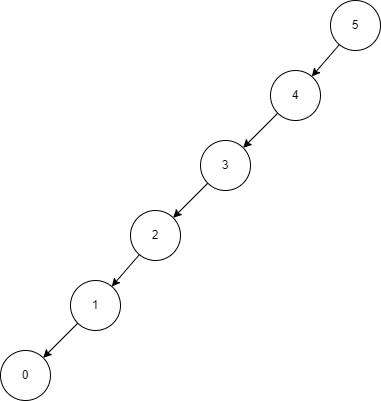
Above: Data Structures/images/unbalancedTree.png in matthewj1561/Data-Structures-Tutorial (draw.io), before the change. Source tidied: cells renumbered, new cells last; positions are measured from the earlier drawing's top-left corner, leaving out a move shared by most shapes.
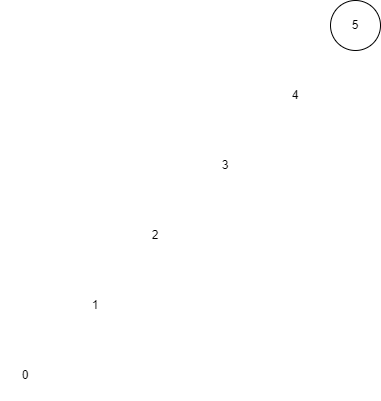
After the change.

What changed in the source:
```diff
@@ -2,37 +2,37 @@
   <root>
     <mxCell id="0" />
     <mxCell id="1" parent="0" />
-    <mxCell id="2" style="edgeStyle=none;rounded=0;jettySize=auto;html=1;" parent="1" edge="1" source="3" target="5">
+    <mxCell id="2" style="edgeStyle=none;rounded=0;jettySize=auto;html=1;strokeColor=#FFFFFF;" parent="1" edge="1" source="3" target="5">
       <mxGeometry relative="1" as="geometry" />
     </mxCell>
     <mxCell id="3" value="5" style="ellipse;whiteSpace=wrap;html=1;" parent="1" vertex="1">
       <mxGeometry x="330" width="50" height="50" as="geometry" />
     </mxCell>
-    <mxCell id="4" style="edgeStyle=none;rounded=0;jettySize=auto;html=1;" parent="1" edge="1" source="5" target="7">
+    <mxCell id="4" style="edgeStyle=none;rounded=0;jettySize=auto;html=1;strokeColor=#FFFFFF;" parent="1" edge="1" source="5" target="7">
       <mxGeometry relative="1" as="geometry" />
     </mxCell>
-    <mxCell id="5" value="4" style="ellipse;whiteSpace=wrap;html=1;" parent="1" vertex="1">
+    <mxCell id="5" value="4" style="ellipse;whiteSpace=wrap;html=1;strokeColor=#FFFFFF;" parent="1" vertex="1">
       <mxGeometry x="270" y="70" width="50" height="50" as="geometry" />
     </mxCell>
-    <mxCell id="6" style="edgeStyle=none;rounded=0;jettySize=auto;html=1;" parent="1" edge="1" source="7" target="9">
+    <mxCell id="6" style="edgeStyle=none;rounded=0;jettySize=auto;html=1;strokeColor=#FFFFFF;" parent="1" edge="1" source="7" target="9">
       <mxGeometry relative="1" as="geometry" />
     </mxCell>
-    <mxCell id="7" value="3&lt;span style=&quot;color: rgba(0 , 0 , 0 , 0) ; font-family: monospace ; font-size: 0px&quot;&gt;%3CmxGraphModel%3E%3Croot%3E%3CmxCell%20id%3D%220%22%2F%3E%3CmxCell%20id%3D%221%22%20parent%3D%220%22%2F%3E%3CmxCell%20id%3D%222%22%20value%3D%2210%22%20style%3D%22ellipse%3BwhiteSpace%3Dwrap%3Bhtml%3D1%3Baspect%3Dfixed%3B%22%20vertex%3D%221%22%20parent%3D%221%22%3E%3CmxGeometry%20x%3D%22400%22%20y%3D%2250%22%20width%3D%2250%22%20height%3D%2250%22%20as%3D%22geometry%22%2F%3E%3C%2FmxCell%3E%3C%2Froot%3E%3C%2FmxGraphModel%3E&lt;/span&gt;" style="ellipse;whiteSpace=wrap;html=1;" parent="1" vertex="1">
+    <mxCell id="7" value="3&lt;span style=&quot;color: rgba(0 , 0 , 0 , 0) ; font-family: monospace ; font-size: 0px&quot;&gt;%3CmxGraphModel%3E%3Croot%3E%3CmxCell%20id%3D%220%22%2F%3E%3CmxCell%20id%3D%221%22%20parent%3D%220%22%2F%3E%3CmxCell%20id%3D%222%22%20value%3D%2210%22%20style%3D%22ellipse%3BwhiteSpace%3Dwrap%3Bhtml%3D1%3Baspect%3Dfixed%3B%22%20vertex%3D%221%22%20parent%3D%221%22%3E%3CmxGeometry%20x%3D%22400%22%20y%3D%2250%22%20width%3D%2250%22%20height%3D%2250%22%20as%3D%22geometry%22%2F%3E%3C%2FmxCell%3E%3C%2Froot%3E%3C%2FmxGraphModel%3E&lt;/span&gt;" style="ellipse;whiteSpace=wrap;html=1;strokeColor=#FFFFFF;" parent="1" vertex="1">
       <mxGeometry x="200" y="140" width="50" height="50" as="geometry" />
     </mxCell>
-    <mxCell id="8" style="edgeStyle=none;rounded=0;jettySize=auto;html=1;" parent="1" edge="1" source="9" target="11">
+    <mxCell id="8" style="edgeStyle=none;rounded=0;jettySize=auto;html=1;strokeColor=#FFFFFF;" parent="1" edge="1" source="9" target="11">
       <mxGeometry relative="1" as="geometry" />
     </mxCell>
-    <mxCell id="9" value="2" style="ellipse;whiteSpace=wrap;html=1;" parent="1" vertex="1">
+    <mxCell id="9" value="2" style="ellipse;whiteSpace=wrap;html=1;strokeColor=#FFFFFF;" parent="1" vertex="1">
       <mxGeometry x="130" y="210" width="50" height="50" as="geometry" />
     </mxCell>
-    <mxCell id="10" style="edgeStyle=none;rounded=0;jettySize=auto;html=1;entryX=1;entryY=0;entryDx=0;entryDy=0;" parent="1" edge="1" source="11" target="12">
+    <mxCell id="10" style="edgeStyle=none;rounded=0;jettySize=auto;html=1;entryX=1;entryY=0;entryDx=0;entryDy=0;strokeColor=#FFFFFF;" parent="1" edge="1" source="11" target="12">
       <mxGeometry relative="1" as="geometry" />
     </mxCell>
-    <mxCell id="11" value="1" style="ellipse;whiteSpace=wrap;html=1;" parent="1" vertex="1">
+    <mxCell id="11" value="1" style="ellipse;whiteSpace=wrap;html=1;strokeColor=#FFFFFF;" parent="1" vertex="1">
       <mxGeometry x="70" y="280" width="50" height="50" as="geometry" />
     </mxCell>
-    <mxCell id="12" value="0" style="ellipse;whiteSpace=wrap;html=1;" parent="1" vertex="1">
+    <mxCell id="12" value="0" style="ellipse;whiteSpace=wrap;html=1;strokeColor=#FFFFFF;" parent="1" vertex="1">
       <mxGeometry y="350" width="50" height="50" as="geometry" />
     </mxCell>
   </root>
```
